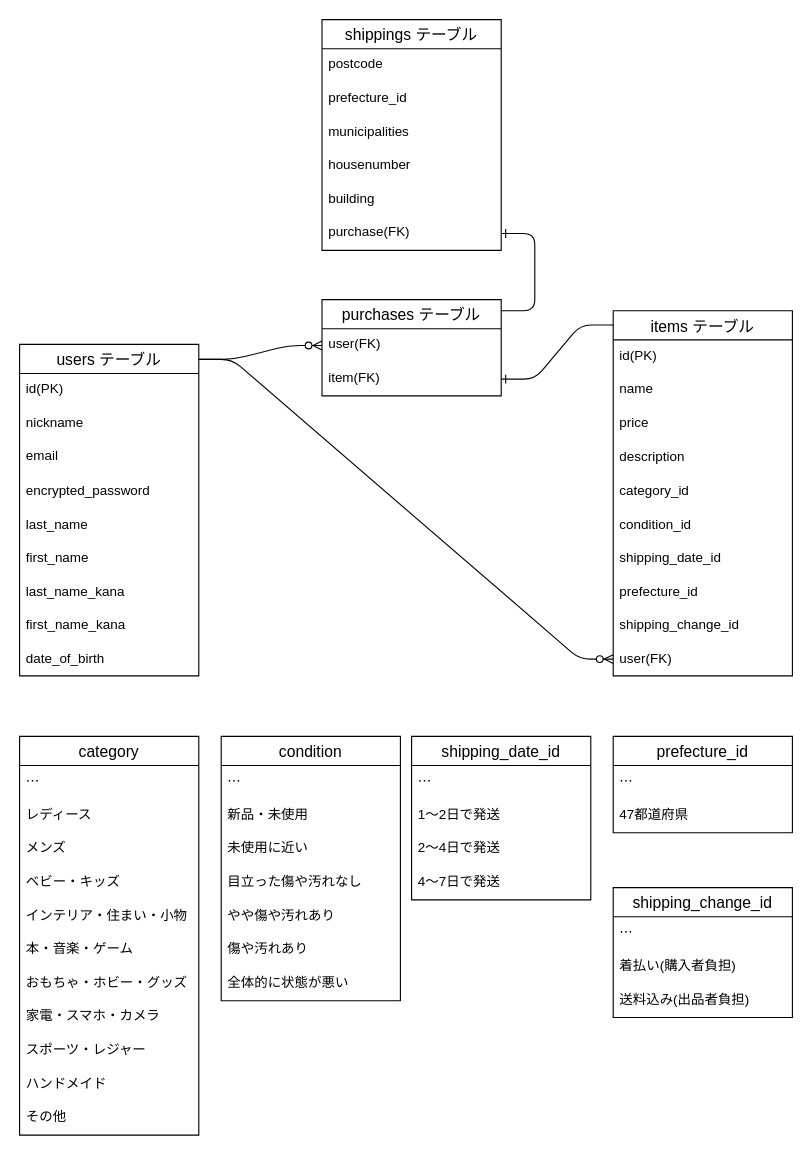
Above: furima.dio in mackey3690/furima-40103 (draw.io), before the change. Source tidied: cells renumbered, new cells numbered last; positions are measured from the earlier drawing's top-left corner, leaving out a move shared by most shapes. Both pictures are drawn from the tidied source at 112%, with x=0, y=0 at pixel (19, 19).
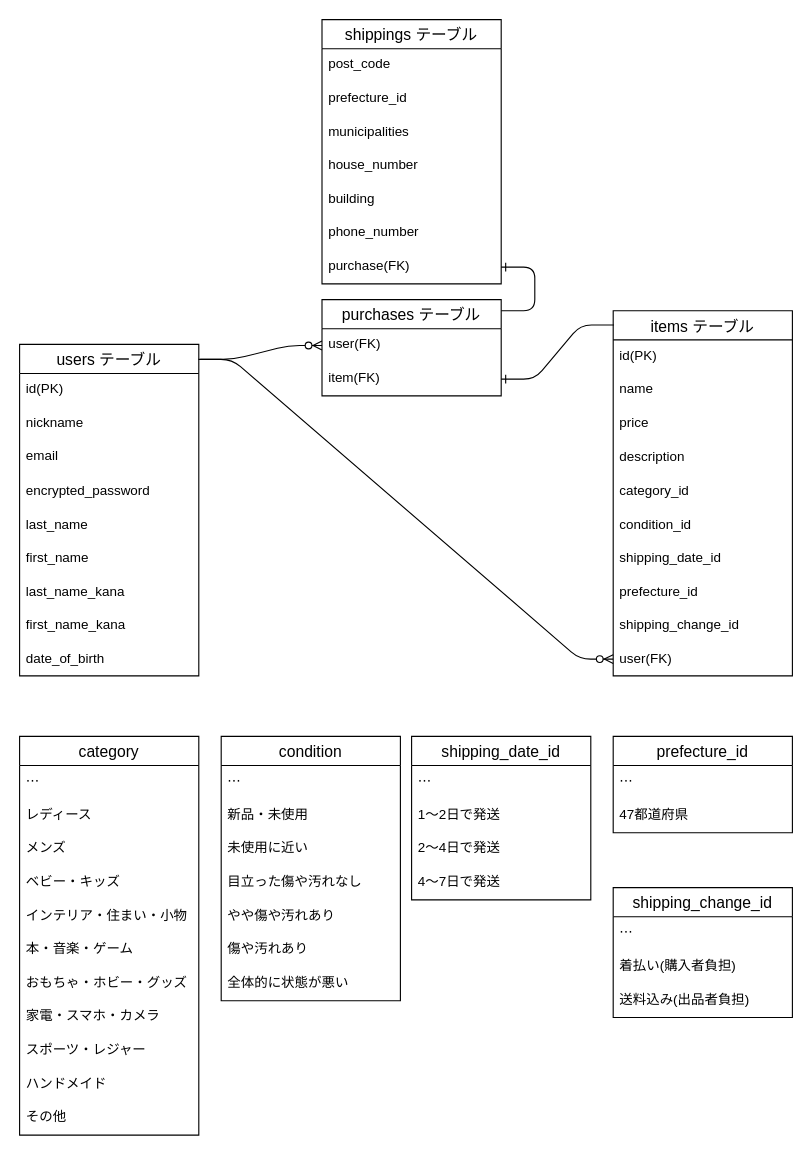
The same page after the edit.

Commit message:
shippingsテーブル修正

Change to the diagram source:
```diff
@@
     <mxCell id="60" value="shippings テーブル" style="swimlane;fontStyle=0;horizontal=1;startSize=26;align=center;fontSize=14;" parent="1" vertex="1">
-      <mxGeometry x="270" width="160" height="206" as="geometry" />
+      <mxGeometry x="270" width="160" height="236" as="geometry" />
     </mxCell>
-    <mxCell id="61" value="postcode" style="text;strokeColor=none;fillColor=none;spacingLeft=4;spacingRight=4;overflow=hidden;fontSize=12;" parent="60" vertex="1">
+    <mxCell id="61" value="post_code" style="text;strokeColor=none;fillColor=none;spacingLeft=4;spacingRight=4;overflow=hidden;fontSize=12;" parent="60" vertex="1">
       <mxGeometry y="26" width="160" height="30" as="geometry" />
     </mxCell>
@@
-    <mxCell id="64" value="housenumber" style="text;strokeColor=none;fillColor=none;spacingLeft=4;spacingRight=4;overflow=hidden;fontSize=12;" parent="60" vertex="1">
+    <mxCell id="64" value="house_number" style="text;strokeColor=none;fillColor=none;spacingLeft=4;spacingRight=4;overflow=hidden;fontSize=12;" parent="60" vertex="1">
       <mxGeometry y="116" width="160" height="30" as="geometry" />
     </mxCell>
@@
+    <mxCell id="69" value="phone_number" style="text;strokeColor=none;fillColor=none;spacingLeft=4;spacingRight=4;overflow=hidden;fontSize=12;" parent="60" vertex="1">
+      <mxGeometry y="176" width="160" height="30" as="geometry" />
+    </mxCell>
     <mxCell id="66" value="purchase(FK)" style="text;strokeColor=none;fillColor=none;spacingLeft=4;spacingRight=4;overflow=hidden;points=[[0,0.5],[1,0.5]];portConstraint=eastwest;fontSize=12;" parent="60" vertex="1">
-      <mxGeometry y="176" width="160" height="30" as="geometry" />
+      <mxGeometry y="206" width="160" height="30" as="geometry" />
     </mxCell>
```
